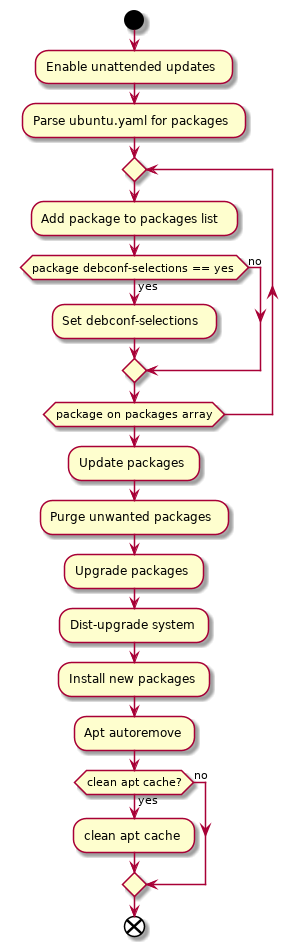
Before: doc/uml/packages.png, a diagram exported from PlantUML (cslucr/ubuntu-ucr). Its diagram source:
```plantuml
@startuml
start
:Enable unattended updates;
:Parse ubuntu.yaml for packages;
repeat
  :Add package to packages list;
  if (package debconf-selections == yes) then (no)
  else (yes)
    :Set debconf-selections;
  endif
repeat while (package on packages array)
:Update packages;
:Purge unwanted packages;
:Upgrade packages;
:Dist-upgrade system;
:Install new packages;
:Apt autoremove;
if (clean apt cache?) then (no)
else (yes)
  :clean apt cache;
endif
end
@enduml
```
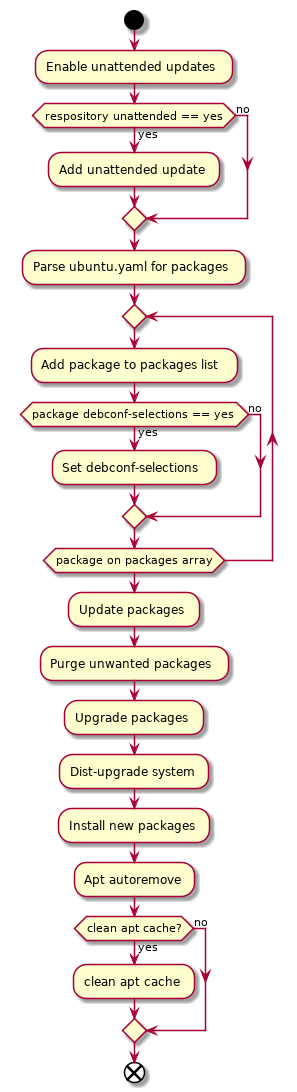
Later version of the same file.

Commit message:
Updated uml to reflect ansible tasks flow, apply hexadecimal and url apt keys

Diff of the diagram source:
```diff
@@ -1,6 +1,10 @@
 @startuml
 start
 :Enable unattended updates;
+if (respository unattended == yes) then (no)
+else (yes)
+  :Add unattended update;
+endif
 :Parse ubuntu.yaml for packages;
 repeat
   :Add package to packages list;
```
